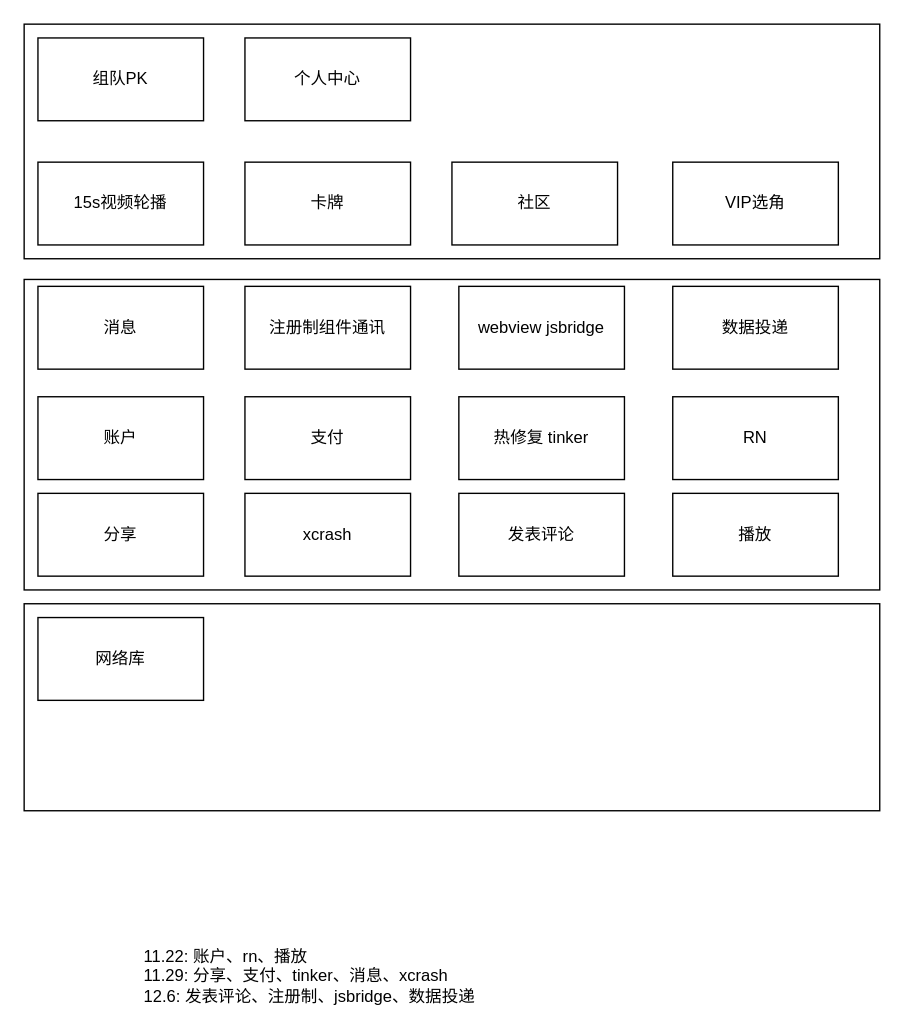
The draw.io diagram 青春有你.drawio in loc1129/uml, before the edit. Source tidied: cells renumbered, new cells numbered last; positions are measured from the earlier drawing's top-left corner, leaving out a move shared by most shapes. Both pictures are drawn from the tidied source at 138%, with x=0, y=0 at pixel (23, 23).
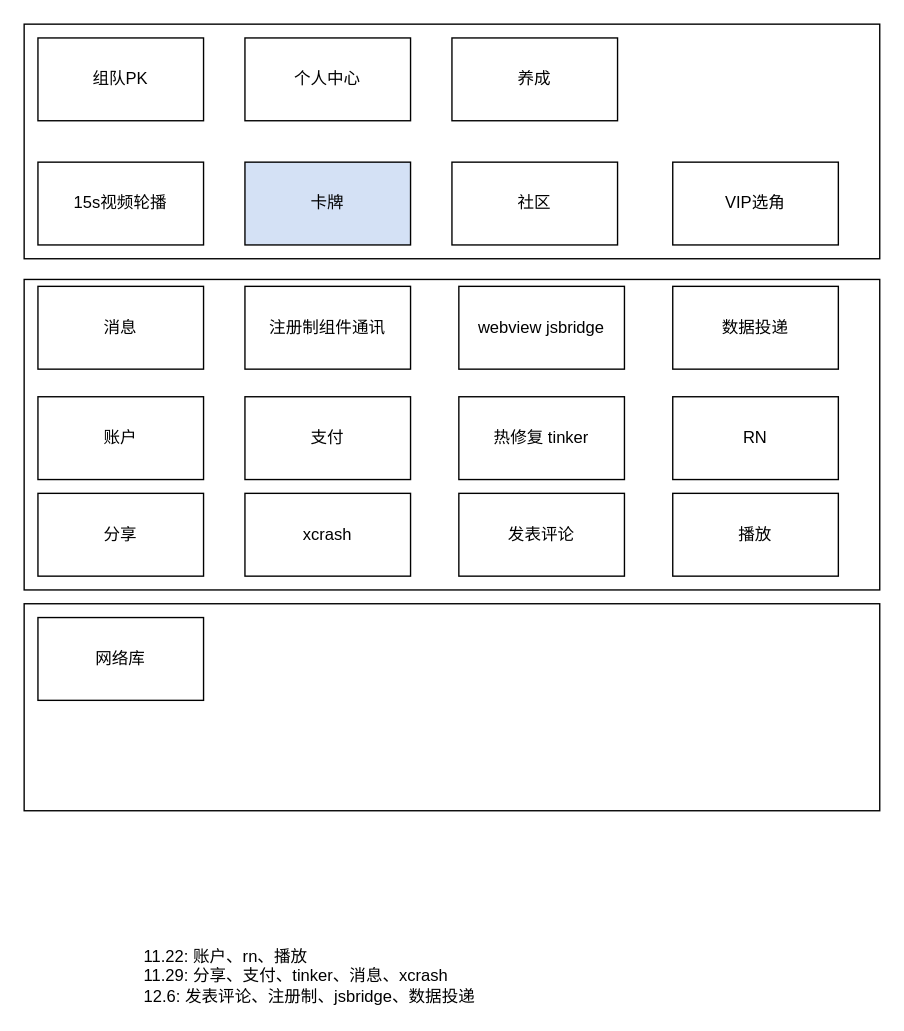
After the change.

Commit message:
更新青春有你.drawio

The edit, as a diff of the source:
```diff
@@
-    <mxCell id="11" value="卡牌" style="rounded=0;whiteSpace=wrap;html=1;" parent="1" vertex="1">
+    <mxCell id="11" value="卡牌" style="rounded=0;whiteSpace=wrap;html=1;fillColor=#D4E1F5;" parent="1" vertex="1">
       <mxGeometry x="160" y="100" width="120" height="60" as="geometry" />
     </mxCell>
@@
+    <mxCell id="25" value="养成" style="rounded=0;whiteSpace=wrap;html=1;fillColor=#FFFFFF;" parent="1" vertex="1">
+      <mxGeometry x="310" y="10" width="120" height="60" as="geometry" />
+    </mxCell>
```
